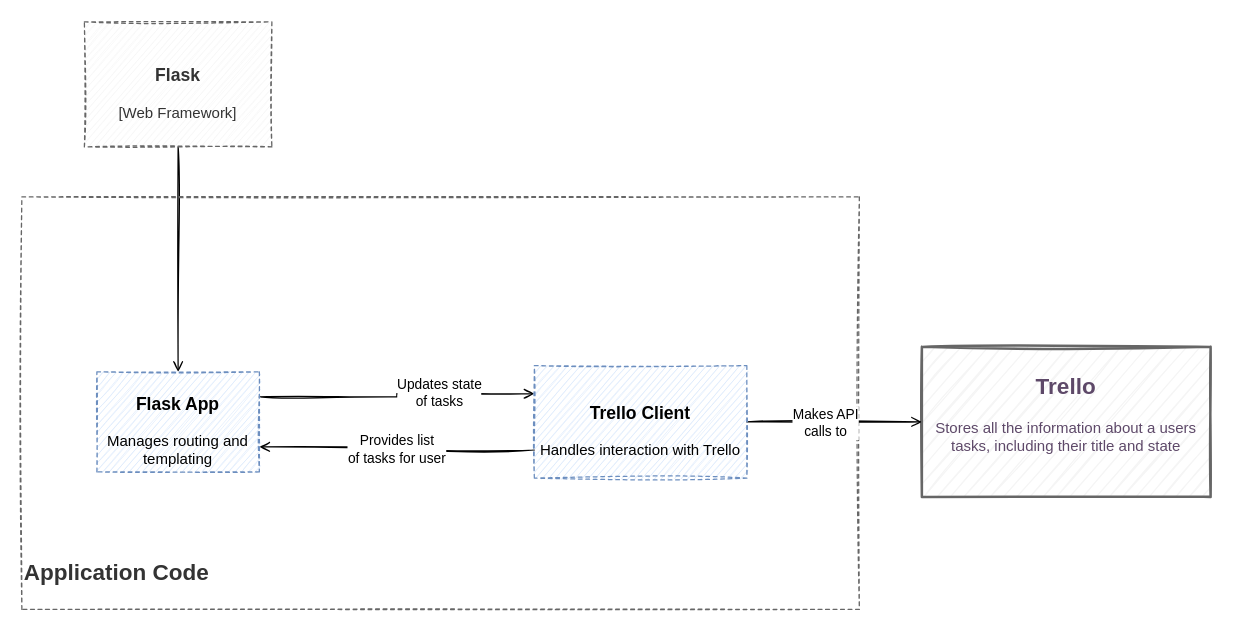
This is page "Component Diagram" (3 of 3) of documentation/Todo App C4 Diagrams.drawio from beccar97/Dev-Ops-Project, a draw.io file, before an edit. Source tidied: cells renumbered, new cells numbered last; positions are measured from the earlier drawing's top-left corner, leaving out a move shared by most shapes. Both pictures are drawn from the tidied source at 125%, with x=0, y=0 at pixel (21, 21).
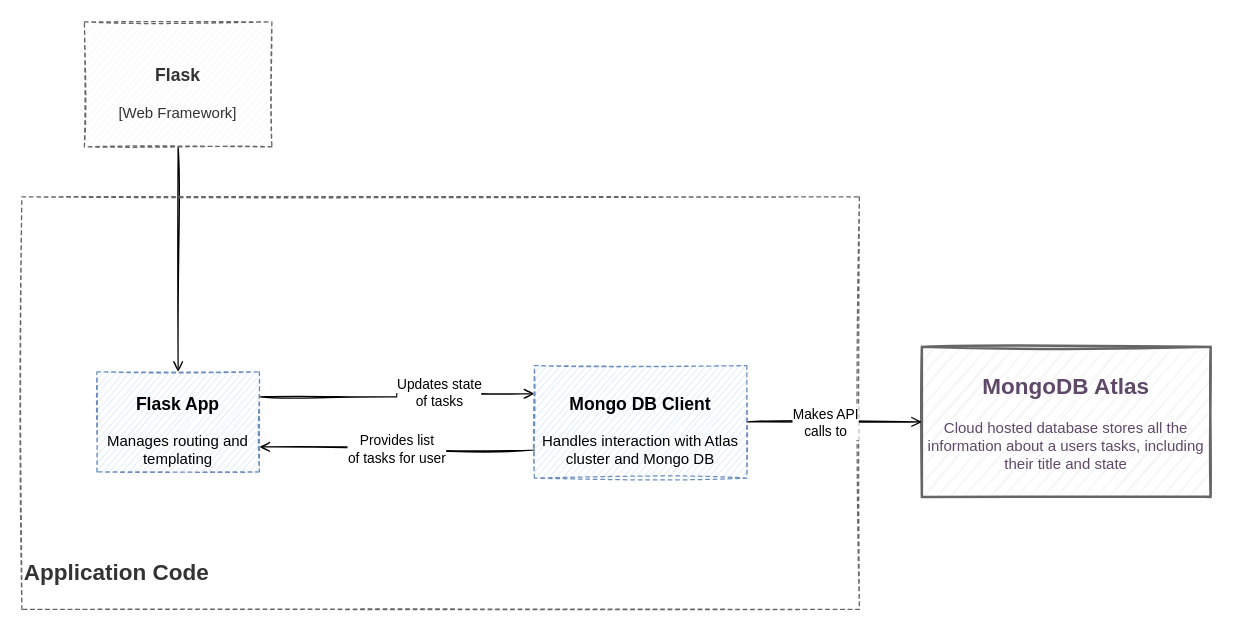
After the change.

The edit, as a diff of the source:
```diff
@@
 <mxGraphModel>
   <root>
     <mxCell id="0" />
     <mxCell id="1" parent="0" />
     <mxCell id="2" style="edgeStyle=orthogonalEdgeStyle;rounded=0;jettySize=auto;html=1;exitX=0.5;exitY=1;exitDx=0;exitDy=0;startArrow=none;startFill=0;fontColor=#000000;sketch=1;endArrow=open;endFill=0;" parent="1" edge="1" source="3" target="8">
       <mxGeometry relative="1" as="geometry" />
     </mxCell>
     <mxCell id="3" value="&lt;h3&gt;Flask&lt;/h3&gt;&lt;div&gt;[Web Framework]&lt;br&gt;&lt;/div&gt;" style="rounded=0;whiteSpace=wrap;html=1;dashed=1;sketch=1;strokeColor=#666666;fillColor=#f5f5f5;fontColor=#333333;" parent="1" vertex="1">
       <mxGeometry x="50" width="150" height="100" as="geometry" />
     </mxCell>
-    <mxCell id="4" value="&lt;h2&gt;&lt;font color=&quot;#5E4969&quot;&gt;Trello&lt;/font&gt;&lt;/h2&gt;&lt;div align=&quot;center&quot;&gt;&lt;font color=&quot;#5E4969&quot;&gt;Stores all the information about a users tasks, including their title and state&lt;br&gt;&lt;/font&gt;&lt;/div&gt;" style="rounded=0;whiteSpace=wrap;html=1;shadow=0;sketch=1;strokeWidth=2;fontFamily=Helvetica;align=center;strokeColor=#666666;fillColor=#f5f5f5;labelPosition=center;verticalLabelPosition=middle;verticalAlign=top;fontColor=#333333;" parent="1" vertex="1">
+    <mxCell id="4" value="&lt;h2&gt;&lt;font color=&quot;#5E4969&quot;&gt;MongoDB Atlas&lt;/font&gt;&lt;/h2&gt;&lt;div align=&quot;center&quot;&gt;&lt;font color=&quot;#5E4969&quot;&gt;Cloud hosted database stores all the information about a users tasks, including their title and state&lt;br&gt;&lt;/font&gt;&lt;/div&gt;" style="rounded=0;whiteSpace=wrap;html=1;shadow=0;sketch=1;strokeWidth=2;fontFamily=Helvetica;align=center;strokeColor=#666666;fillColor=#f5f5f5;labelPosition=center;verticalLabelPosition=middle;verticalAlign=top;fontColor=#333333;" parent="1" vertex="1">
       <mxGeometry x="720" y="260" width="231" height="120" as="geometry" />
     </mxCell>
     <mxCell id="5" value="&lt;h2&gt;Application Code&lt;/h2&gt;" style="rounded=0;whiteSpace=wrap;html=1;strokeColor=#666666;fontColor=#333333;fillColor=none;dashed=1;sketch=1;align=left;verticalAlign=bottom;" parent="1" vertex="1">
       <mxGeometry y="140" width="670" height="330" as="geometry" />
     </mxCell>
     <mxCell id="6" style="edgeStyle=orthogonalEdgeStyle;rounded=0;sketch=1;jettySize=auto;html=1;entryX=0;entryY=0.25;entryDx=0;entryDy=0;startArrow=none;startFill=0;endArrow=open;endFill=0;fontColor=#000000;exitX=1;exitY=0.25;exitDx=0;exitDy=0;" parent="1" edge="1" source="8" target="12">
       <mxGeometry relative="1" as="geometry" />
     </mxCell>
     <mxCell id="7" value="&lt;div&gt;Updates state&lt;/div&gt;&lt;div&gt;of tasks&lt;br&gt;&lt;/div&gt;" style="edgeLabel;html=1;align=center;verticalAlign=middle;fontColor=#000000;" parent="6" vertex="1">
       <mxGeometry x="0.01" y="-24" relative="1" as="geometry">
         <mxPoint x="9" y="-2" as="offset" />
       </mxGeometry>
     </mxCell>
     <mxCell id="8" value="&lt;h3&gt;Flask App&lt;/h3&gt;&lt;div&gt;Manages routing and templating&lt;br&gt;&lt;/div&gt;" style="rounded=0;whiteSpace=wrap;html=1;dashed=1;sketch=1;fillColor=#dae8fc;align=center;strokeColor=#6c8ebf;" parent="1" vertex="1">
       <mxGeometry x="60" y="280" width="130" height="80" as="geometry" />
     </mxCell>
     <mxCell id="9" style="edgeStyle=orthogonalEdgeStyle;rounded=0;sketch=1;jettySize=auto;html=1;startArrow=none;startFill=0;endArrow=open;endFill=0;fontColor=#000000;" parent="1" edge="1" source="12" target="4">
       <mxGeometry relative="1" as="geometry" />
     </mxCell>
     <mxCell id="10" value="&lt;div&gt;Makes API&lt;/div&gt;&lt;div&gt; calls to&lt;/div&gt;" style="edgeLabel;html=1;align=center;verticalAlign=middle;fontColor=#000000;" parent="9" vertex="1">
       <mxGeometry x="-0.26" y="-37" relative="1" as="geometry">
         <mxPoint x="10" y="-37" as="offset" />
       </mxGeometry>
     </mxCell>
     <mxCell id="11" value="&lt;div&gt;Provides list&lt;/div&gt;&lt;div&gt;of tasks for user&lt;br&gt;&lt;/div&gt;" style="edgeStyle=orthogonalEdgeStyle;rounded=0;sketch=1;jettySize=auto;html=1;exitX=0;exitY=0.75;exitDx=0;exitDy=0;entryX=1;entryY=0.75;entryDx=0;entryDy=0;startArrow=none;startFill=0;endArrow=open;endFill=0;fontColor=#000000;" parent="1" edge="1" source="12" target="8">
       <mxGeometry relative="1" as="geometry" />
     </mxCell>
-    <mxCell id="12" value="&lt;div align=&quot;center&quot;&gt;&lt;h3&gt;Trello Client&lt;/h3&gt;&lt;div&gt;Handles interaction with Trello&lt;br&gt;&lt;/div&gt;&lt;/div&gt;" style="rounded=0;whiteSpace=wrap;html=1;dashed=1;sketch=1;fillColor=#dae8fc;align=center;strokeColor=#6c8ebf;" parent="1" vertex="1">
+    <mxCell id="12" value="&lt;div align=&quot;center&quot;&gt;&lt;h3&gt;Mongo DB Client&lt;/h3&gt;&lt;div&gt;Handles interaction with Atlas cluster and Mongo DB&lt;br&gt;&lt;/div&gt;&lt;/div&gt;" style="rounded=0;whiteSpace=wrap;html=1;dashed=1;sketch=1;fillColor=#dae8fc;align=center;strokeColor=#6c8ebf;" parent="1" vertex="1">
       <mxGeometry x="410" y="275" width="170" height="90" as="geometry" />
     </mxCell>
   </root>
 </mxGraphModel>
```
